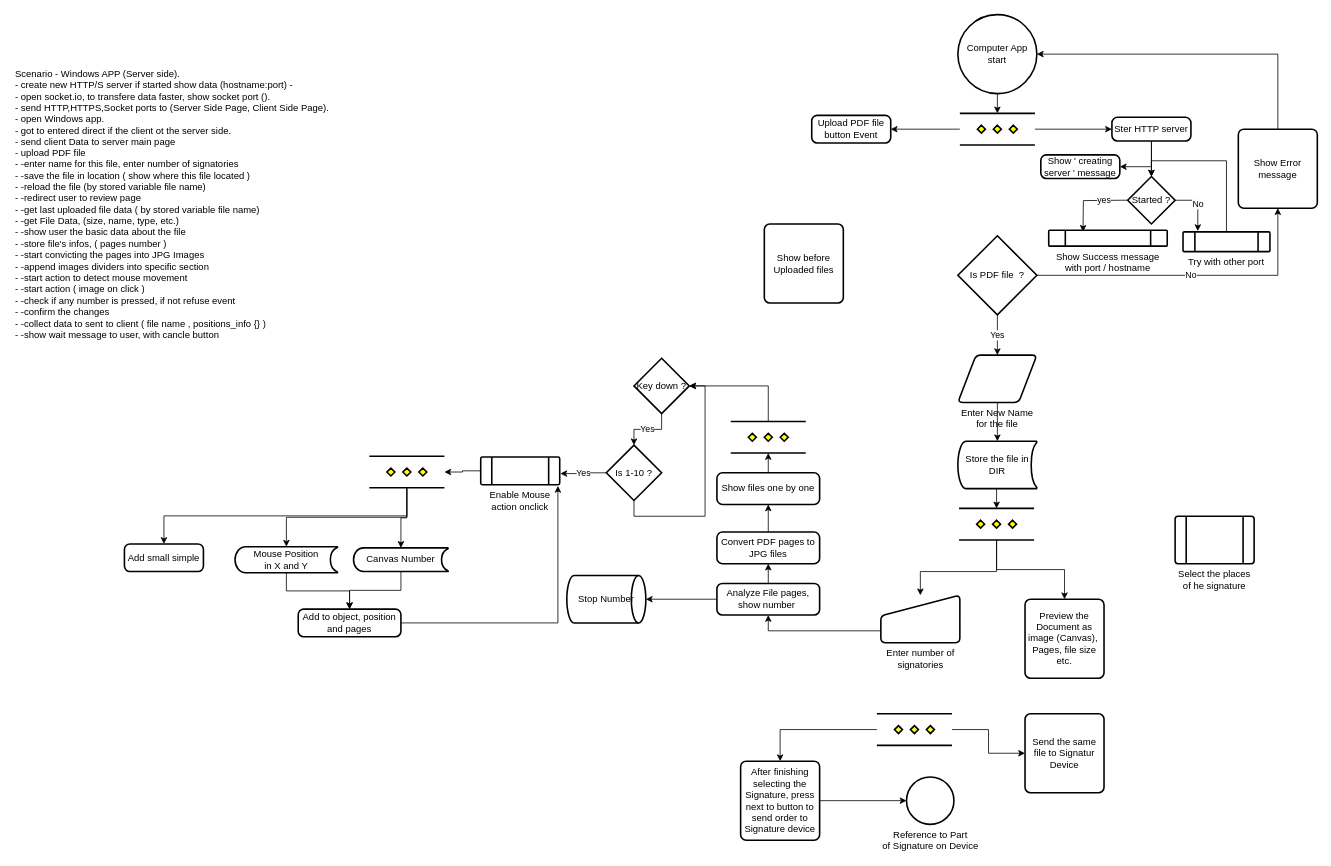
This is page "main structure" (1 of 2) of UML Design/main.drawio from ahmadtechnik/signatureSystem, a draw.io file, before an edit. Source tidied: cells renumbered, new cells numbered last; positions are measured from the earlier drawing's top-left corner, leaving out a move shared by most shapes. Both pictures are drawn from the tidied source at 79%, with x=0, y=0 at pixel (13, 14).
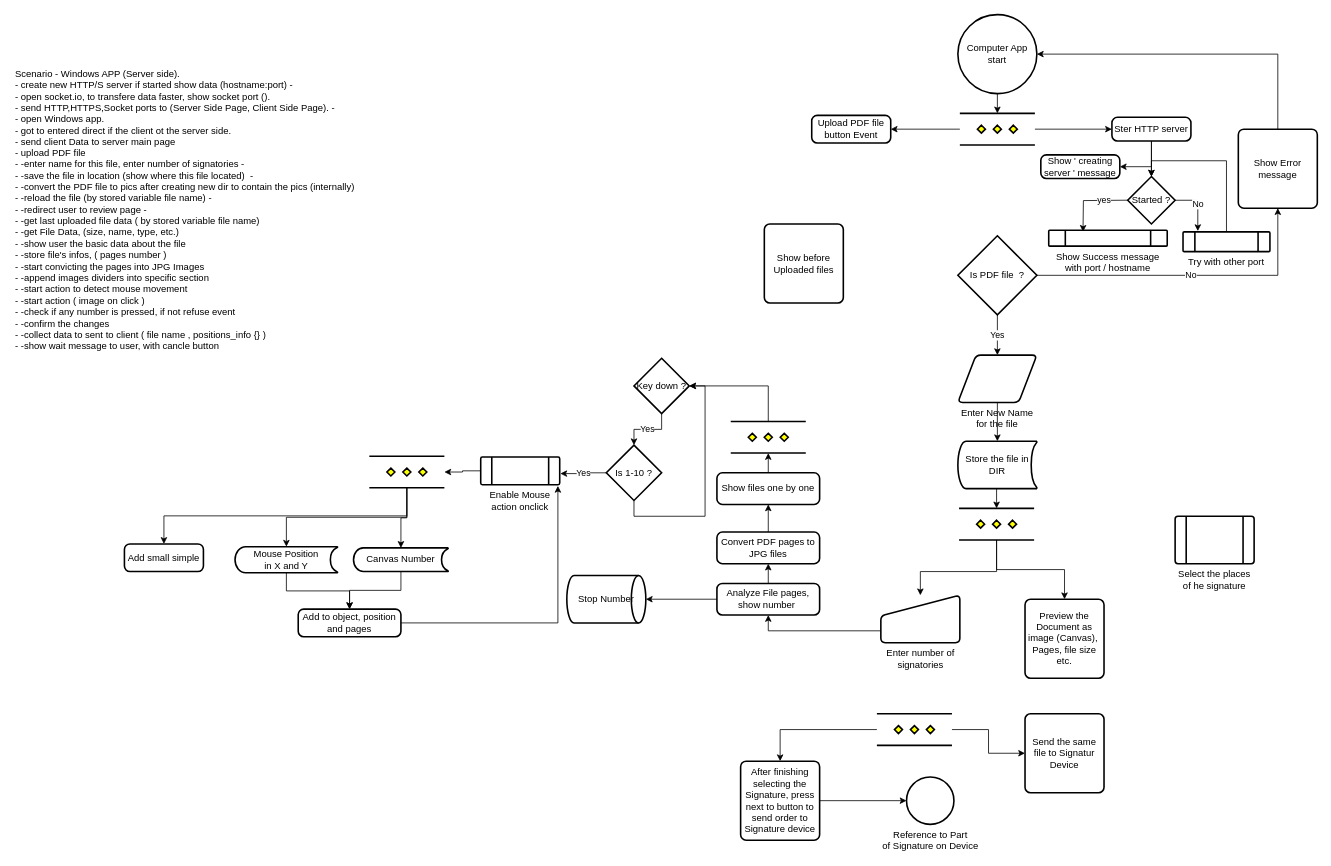
The same diagram, later.

What changed in the source:
```diff
@@
-    <mxCell id="70" value="Scenario - Windows APP (Server side).&lt;br&gt;- create new HTTP/S server if started show data (hostname:port) -&lt;br&gt;- open socket.io, to transfere data faster, show socket port ().&lt;br&gt;- send HTTP,HTTPS,Socket ports to (Server Side Page, Client Side Page).&lt;br&gt;- open Windows app.&lt;br&gt;- got to entered direct if the client ot the server side.&lt;br&gt;- send client Data to server main page&lt;br&gt;- upload PDF file&lt;br&gt;- -enter name for this file, enter number of signatories&lt;br&gt;- -save the file in location ( show where this file located )&lt;br&gt;- -reload the file (by stored variable file name)&lt;br&gt;- -redirect user to review page&lt;br&gt;- -get last uploaded file data ( by stored variable file name)&amp;nbsp;&lt;br&gt;- -get File Data, (size, name, type, etc.)&lt;br&gt;- -show user the basic data about the file&lt;br&gt;- -store file's infos, ( pages number )&lt;br&gt;- -start convicting the pages into JPG Images&lt;br&gt;- -append images dividers into specific section&lt;br&gt;- -start action to detect mouse movement&lt;br&gt;- -start action ( image on click )&lt;br&gt;- -check if any number is pressed, if not refuse event&lt;br&gt;- -confirm the changes&lt;br&gt;- -collect data to sent to client ( file name , positions_info {} )&lt;br&gt;- -show wait message to user, with cancle button&lt;br&gt;" style="text;html=1;align=left;verticalAlign=top;spacingTop=-4;" parent="1" vertex="1">
-      <mxGeometry y="65" width="410" height="340" as="geometry" />
+    <mxCell id="70" value="Scenario - Windows APP (Server side).&lt;br&gt;- create new HTTP/S server if started show data (hostname:port) -&lt;br&gt;- open socket.io, to transfere data faster, show socket port ().&lt;br&gt;- send HTTP,HTTPS,Socket ports to (Server Side Page, Client Side Page). -&lt;br&gt;- open Windows app.&lt;br&gt;- got to entered direct if the client ot the server side.&lt;br&gt;- send client Data to server main page&lt;br&gt;- upload PDF file&lt;br&gt;- -enter name for this file, enter number of signatories -&lt;br&gt;- -save the file in location (show where this file located)&amp;nbsp; -&lt;br&gt;- -convert the PDF file to pics after creating new dir to contain the pics (internally)&lt;br&gt;- -reload the file (by stored variable file name) -&lt;br&gt;- -redirect user to review page -&lt;br&gt;- -get last uploaded file data ( by stored variable file name)&amp;nbsp;&lt;br&gt;- -get File Data, (size, name, type, etc.)&lt;br&gt;- -show user the basic data about the file&lt;br&gt;- -store file's infos, ( pages number )&lt;br&gt;- -start convicting the pages into JPG Images&lt;br&gt;- -append images dividers into specific section&lt;br&gt;- -start action to detect mouse movement&lt;br&gt;- -start action ( image on click )&lt;br&gt;- -check if any number is pressed, if not refuse event&lt;br&gt;- -confirm the changes&lt;br&gt;- -collect data to sent to client ( file name , positions_info {} )&lt;br&gt;- -show wait message to user, with cancle button&lt;br&gt;" style="text;html=1;align=left;verticalAlign=top;spacingTop=-4;" parent="1" vertex="1">
+      <mxGeometry y="65" width="450" height="350" as="geometry" />
     </mxCell>
```
